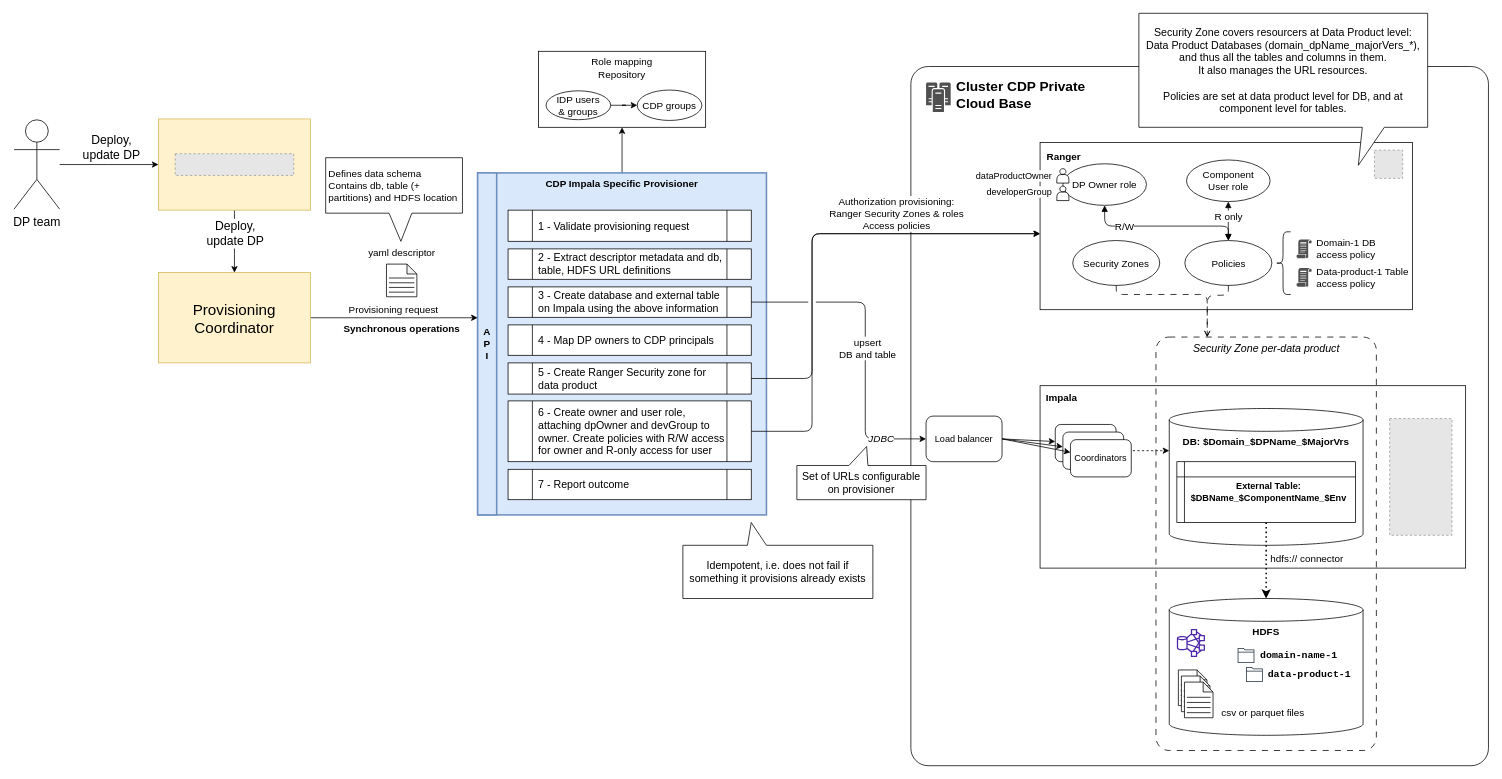
Before: page "Private - OP - Provisioning" (4 of 8) of docs/hld.drawio in agile-lab-dev/witboost-cdp-impala-specific-provisioner, a draw.io diagram. Source tidied: cells renumbered, new cells numbered last; positions are measured from the earlier drawing's top-left corner, leaving out a move shared by most shapes. Both pictures are drawn from the tidied source at 76%, with x=0, y=0 at pixel (14, 13). Pictures stored in the file or linked from it are replaced by grey dashed boxes.
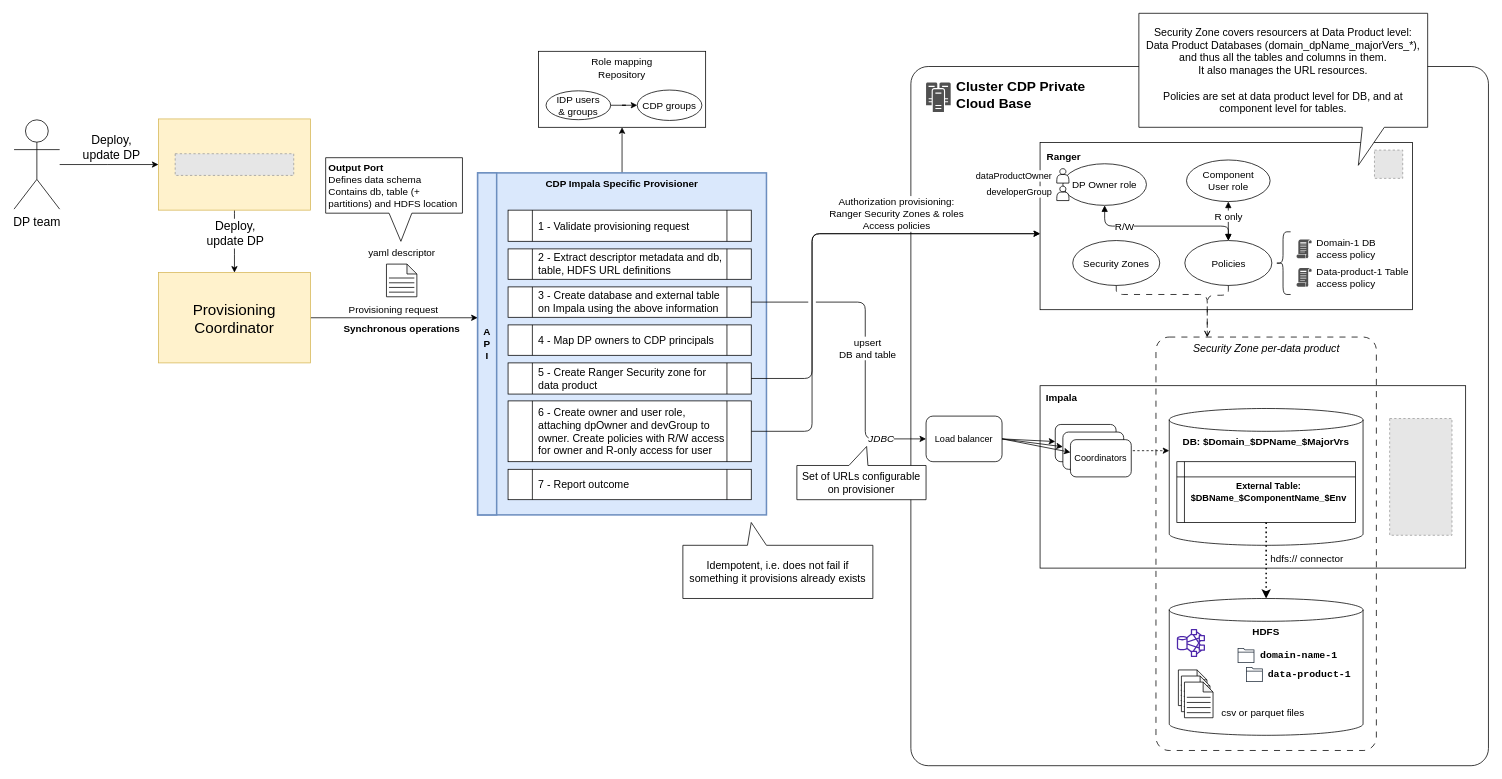
After the change.

Diff of the diagram source:
```diff
@@
-    <mxCell id="40" value="Defines data schema&lt;br style=&quot;font-size: 13px;&quot;&gt;Contains db, table (+ partitions) and HDFS location" style="shape=callout;whiteSpace=wrap;html=1;perimeter=calloutPerimeter;flipH=1;spacing=4;size=37;position=0.37;position2=0.45;base=30;align=left;fontSize=13;" parent="1" vertex="1">
+    <mxCell id="40" value="&lt;b&gt;Output Port&lt;br&gt;&lt;/b&gt;Defines data schema&lt;br style=&quot;font-size: 13px;&quot;&gt;Contains db, table (+ partitions) and HDFS location" style="shape=callout;whiteSpace=wrap;html=1;perimeter=calloutPerimeter;flipH=1;spacing=4;size=37;position=0.37;position2=0.45;base=30;align=left;fontSize=13;" parent="1" vertex="1">
       <mxGeometry x="410" y="190" width="180" height="110" as="geometry" />
     </mxCell>
```
